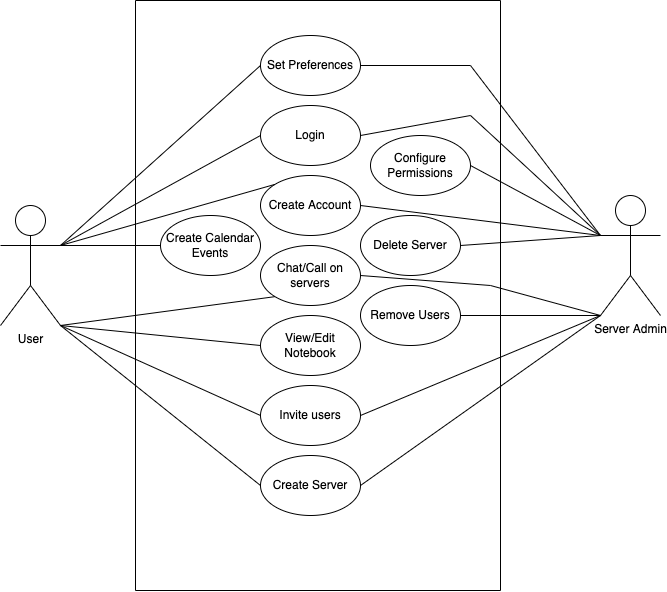
benlloyd50/Vox_Design_Documents keeps this draw.io diagram as Images/UseCaseDiagram.png. Above is the earlier version. Source tidied: cells renumbered, new cells last; positions are measured from the earlier drawing's top-left corner, leaving out a move shared by most shapes.
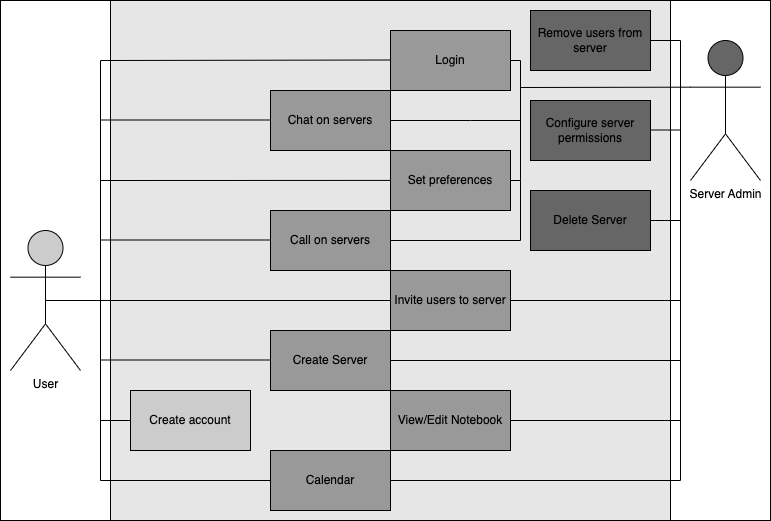
After the commit.

Commit message:
Added new use case diagram and deleted old ones

Diff of the diagram source:
```diff
@@ -2,130 +2,206 @@
   <root>
     <mxCell id="0" />
     <mxCell id="1" parent="0" />
-    <mxCell id="2" style="rounded=0;whiteSpace=wrap;html=1;rotation=90;" parent="1" vertex="1">
-      <mxGeometry x="22.5" y="77.5" width="590" height="365" as="geometry" />
-    </mxCell>
+    <mxCell id="33" style="rounded=0;whiteSpace=wrap;html=1;fillColor=#FFFFFF;" parent="1" vertex="1">
+      <mxGeometry x="-90" y="70" width="770" height="520" as="geometry" />
+    </mxCell>
-    <mxCell id="3" value="User" style="shape=umlActor;verticalLabelPosition=bottom;verticalAlign=top;html=1;outlineConnect=0;" parent="1" vertex="1">
-      <mxGeometry y="170" width="60" height="120" as="geometry" />
+    <mxCell id="3" value="User" style="shape=umlActor;verticalLabelPosition=bottom;verticalAlign=top;html=1;outlineConnect=0;fillColor=#CCCCCC;" parent="1" vertex="1">
+      <mxGeometry x="-80" y="300" width="70" height="140" as="geometry" />
     </mxCell>
-    <mxCell id="4" value="Server Admin" style="shape=umlActor;verticalLabelPosition=bottom;verticalAlign=top;html=1;outlineConnect=0;" parent="1" vertex="1">
-      <mxGeometry x="600" y="160" width="60" height="120" as="geometry" />
+    <mxCell id="4" value="Server Admin" style="shape=umlActor;verticalLabelPosition=bottom;verticalAlign=top;html=1;outlineConnect=0;fillColor=#666666;" parent="1" vertex="1">
+      <mxGeometry x="600" y="110" width="70" height="140" as="geometry" />
     </mxCell>
-    <mxCell id="5" value="Create Account" style="ellipse;whiteSpace=wrap;html=1;" parent="1" vertex="1">
-      <mxGeometry x="260" y="140" width="100" height="60" as="geometry" />
-    </mxCell>
+    <mxCell id="34" style="rounded=0;whiteSpace=wrap;html=1;fillColor=#E6E6E6;" parent="1" vertex="1">
+      <mxGeometry x="20" y="70" width="560" height="520" as="geometry" />
+    </mxCell>
+    <mxCell id="35" value="Calendar" style="rounded=0;whiteSpace=wrap;html=1;fillColor=#999999;" parent="1" vertex="1">
+      <mxGeometry x="180" y="520" width="120" height="60" as="geometry" />
+    </mxCell>
-    <mxCell id="6" value="Login" style="ellipse;whiteSpace=wrap;html=1;" parent="1" vertex="1">
-      <mxGeometry x="260" y="70" width="100" height="60" as="geometry" />
+    <mxCell id="6" value="Login" style="rounded=0;whiteSpace=wrap;html=1;fillColor=#999999;" parent="1" vertex="1">
+      <mxGeometry x="300" y="100" width="120" height="60" as="geometry" />
     </mxCell>
-    <mxCell id="7" value="Chat/Call on servers&lt;span style=&quot;color: rgba(0, 0, 0, 0); font-family: monospace; font-size: 0px; text-align: start;&quot;&gt;%3CmxGraphModel%3E%3Croot%3E%3CmxCell%20id%3D%220%22%2F%3E%3CmxCell%20id%3D%221%22%20parent%3D%220%22%2F%3E%3CmxCell%20id%3D%222%22%20value%3D%22Create%20Account%22%20style%3D%22ellipse%3BwhiteSpace%3Dwrap%3Bhtml%3D1%3B%22%20vertex%3D%221%22%20parent%3D%221%22%3E%3CmxGeometry%20x%3D%22400%22%20y%3D%22360%22%20width%3D%22100%22%20height%3D%2260%22%20as%3D%22geometry%22%2F%3E%3C%2FmxCell%3E%3C%2Froot%3E%3C%2FmxGraphModel%3E&lt;/span&gt;" style="ellipse;whiteSpace=wrap;html=1;" parent="1" vertex="1">
-      <mxGeometry x="260" y="210" width="100" height="60" as="geometry" />
-    </mxCell>
-    <mxCell id="8" value="Create Calendar Events" style="ellipse;whiteSpace=wrap;html=1;" parent="1" vertex="1">
-      <mxGeometry x="160" y="180" width="100" height="60" as="geometry" />
-    </mxCell>
+    <mxCell id="36" value="Chat on servers" style="rounded=0;whiteSpace=wrap;html=1;fillColor=#999999;" parent="1" vertex="1">
+      <mxGeometry x="180" y="160" width="120" height="60" as="geometry" />
+    </mxCell>
+    <mxCell id="37" value="Call on servers" style="rounded=0;whiteSpace=wrap;html=1;fillColor=#999999;" parent="1" vertex="1">
+      <mxGeometry x="180" y="280" width="120" height="60" as="geometry" />
+    </mxCell>
+    <mxCell id="38" value="Create account" style="rounded=0;whiteSpace=wrap;html=1;fillColor=#CCCCCC;" parent="1" vertex="1">
+      <mxGeometry x="40" y="460" width="120" height="60" as="geometry" />
+    </mxCell>
+    <mxCell id="39" value="Set preferences" style="rounded=0;whiteSpace=wrap;html=1;fillColor=#999999;" parent="1" vertex="1">
+      <mxGeometry x="300" y="220" width="120" height="60" as="geometry" />
+    </mxCell>
+    <mxCell id="40" value="Configure server permissions" style="rounded=0;whiteSpace=wrap;html=1;fillColor=#666666;" parent="1" vertex="1">
+      <mxGeometry x="440" y="170" width="120" height="60" as="geometry" />
+    </mxCell>
+    <mxCell id="41" value="Remove users from server&lt;span style=&quot;color: rgba(0, 0, 0, 0); font-family: monospace; font-size: 0px; text-align: start;&quot;&gt;%3CmxGraphModel%3E%3Croot%3E%3CmxCell%20id%3D%220%22%2F%3E%3CmxCell%20id%3D%221%22%20parent%3D%220%22%2F%3E%3CmxCell%20id%3D%222%22%20value%3D%22Chat%20on%20servers%22%20style%3D%22rounded%3D0%3BwhiteSpace%3Dwrap%3Bhtml%3D1%3B%22%20vertex%3D%221%22%20parent%3D%221%22%3E%3CmxGeometry%20x%3D%22370%22%20y%3D%22340%22%20width%3D%22120%22%20height%3D%2260%22%20as%3D%22geometry%22%2F%3E%3C%2FmxCell%3E%3C%2Froot%3E%3C%2FmxGraphModel%3E&lt;/span&gt;" style="rounded=0;whiteSpace=wrap;html=1;fillColor=#666666;" parent="1" vertex="1">
+      <mxGeometry x="440" y="80" width="120" height="60" as="geometry" />
+    </mxCell>
+    <mxCell id="11" value="Delete Server" style="rounded=0;whiteSpace=wrap;html=1;fillColor=#666666;" parent="1" vertex="1">
+      <mxGeometry x="440" y="260" width="120" height="60" as="geometry" />
+    </mxCell>
+    <mxCell id="42" value="Invite users to server" style="rounded=0;whiteSpace=wrap;html=1;fillColor=#999999;" parent="1" vertex="1">
+      <mxGeometry x="300" y="340" width="120" height="60" as="geometry" />
+    </mxCell>
-    <mxCell id="9" value="View/Edit Notebook" style="ellipse;whiteSpace=wrap;html=1;" parent="1" vertex="1">
-      <mxGeometry x="260" y="280" width="100" height="60" as="geometry" />
+    <mxCell id="9" value="View/Edit Notebook" style="rounded=0;whiteSpace=wrap;html=1;fillColor=#999999;" parent="1" vertex="1">
+      <mxGeometry x="300" y="460" width="120" height="60" as="geometry" />
     </mxCell>
+    <mxCell id="43" style="endArrow=none;html=1;rounded=0;entryX=0.5;entryY=0.5;entryDx=0;entryDy=0;entryPerimeter=0;" parent="1" edge="1" target="3">
+      <mxGeometry relative="1" as="geometry">
+        <mxPoint x="10" y="370" as="sourcePoint" />
+      </mxGeometry>
+    </mxCell>
+    <mxCell id="44" style="endArrow=none;html=1;rounded=0;" parent="1" edge="1">
+      <mxGeometry relative="1" as="geometry">
+        <mxPoint x="10" y="309.5" as="sourcePoint" />
+        <mxPoint x="180" y="309.5" as="targetPoint" />
+      </mxGeometry>
+    </mxCell>
+    <mxCell id="45" style="endArrow=none;html=1;rounded=0;" parent="1" edge="1">
+      <mxGeometry relative="1" as="geometry">
+        <mxPoint x="10" y="189.5" as="sourcePoint" />
+        <mxPoint x="180" y="189.5" as="targetPoint" />
+      </mxGeometry>
+    </mxCell>
+    <mxCell id="46" style="endArrow=none;html=1;rounded=0;" parent="1" edge="1">
+      <mxGeometry relative="1" as="geometry">
+        <mxPoint x="10" y="429.5" as="sourcePoint" />
+        <mxPoint x="180" y="429.5" as="targetPoint" />
+      </mxGeometry>
+    </mxCell>
+    <mxCell id="47" style="endArrow=none;html=1;rounded=0;" parent="1" edge="1" target="42">
+      <mxGeometry relative="1" as="geometry">
+        <mxPoint y="370" as="sourcePoint" />
+      </mxGeometry>
+    </mxCell>
+    <mxCell id="48" style="endArrow=none;html=1;rounded=0;" parent="1" edge="1">
+      <mxGeometry relative="1" as="geometry">
+        <mxPoint x="10" y="250" as="sourcePoint" />
+        <mxPoint x="300" y="249.9" as="targetPoint" />
+      </mxGeometry>
+    </mxCell>
+    <mxCell id="49" style="endArrow=none;html=1;rounded=0;" parent="1" edge="1">
+      <mxGeometry relative="1" as="geometry">
+        <mxPoint x="10" y="550" as="sourcePoint" />
+        <mxPoint x="10" y="130" as="targetPoint" />
+      </mxGeometry>
+    </mxCell>
+    <mxCell id="50" style="endArrow=none;html=1;rounded=0;" parent="1" edge="1">
+      <mxGeometry relative="1" as="geometry">
+        <mxPoint x="10" y="130" as="sourcePoint" />
+        <mxPoint x="300" y="129.5" as="targetPoint" />
+      </mxGeometry>
+    </mxCell>
+    <mxCell id="51" style="endArrow=none;html=1;rounded=0;" parent="1" edge="1">
+      <mxGeometry relative="1" as="geometry">
+        <mxPoint x="10" y="490" as="sourcePoint" />
+        <mxPoint x="40" y="490" as="targetPoint" />
+      </mxGeometry>
+    </mxCell>
+    <mxCell id="52" style="endArrow=none;html=1;rounded=0;entryX=0;entryY=0.5;entryDx=0;entryDy=0;" parent="1" edge="1" target="35">
+      <mxGeometry relative="1" as="geometry">
+        <mxPoint x="10" y="550" as="sourcePoint" />
+      </mxGeometry>
+    </mxCell>
-    <mxCell id="10" value="Create Server" style="ellipse;whiteSpace=wrap;html=1;" parent="1" vertex="1">
-      <mxGeometry x="260" y="420" width="100" height="60" as="geometry" />
+    <mxCell id="10" value="Create Server" style="rounded=0;whiteSpace=wrap;html=1;fillColor=#999999;" parent="1" vertex="1">
+      <mxGeometry x="180" y="400" width="120" height="60" as="geometry" />
     </mxCell>
-    <mxCell id="11" value="Delete Server" style="ellipse;whiteSpace=wrap;html=1;" parent="1" vertex="1">
-      <mxGeometry x="360" y="180" width="100" height="60" as="geometry" />
-    </mxCell>
-    <mxCell id="12" value="Remove Users" style="ellipse;whiteSpace=wrap;html=1;" parent="1" vertex="1">
-      <mxGeometry x="360" y="250" width="100" height="60" as="geometry" />
-    </mxCell>
-    <mxCell id="13" value="Configure Permissions" style="ellipse;whiteSpace=wrap;html=1;" parent="1" vertex="1">
-      <mxGeometry x="370" y="100" width="100" height="60" as="geometry" />
-    </mxCell>
-    <mxCell id="14" value="Set Preferences" style="ellipse;whiteSpace=wrap;html=1;" parent="1" vertex="1">
-      <mxGeometry x="260" width="100" height="60" as="geometry" />
-    </mxCell>
-    <mxCell id="15" value="Invite users" style="ellipse;whiteSpace=wrap;html=1;" parent="1" vertex="1">
-      <mxGeometry x="260" y="350" width="100" height="60" as="geometry" />
-    </mxCell>
-    <mxCell id="16" style="endArrow=none;html=1;rounded=0;entryX=0;entryY=0.5;entryDx=0;entryDy=0;" parent="1" edge="1" target="14">
-      <mxGeometry relative="1" as="geometry">
-        <mxPoint x="60" y="210" as="sourcePoint" />
-      </mxGeometry>
-    </mxCell>
-    <mxCell id="17" style="endArrow=none;html=1;rounded=0;entryX=0;entryY=0.5;entryDx=0;entryDy=0;exitX=1;exitY=0.3333333333333333;exitDx=0;exitDy=0;exitPerimeter=0;" parent="1" edge="1" source="3" target="6">
-      <mxGeometry relative="1" as="geometry" />
-    </mxCell>
-    <mxCell id="18" style="endArrow=none;html=1;rounded=0;entryX=0;entryY=0;entryDx=0;entryDy=0;exitX=1;exitY=0.3333333333333333;exitDx=0;exitDy=0;exitPerimeter=0;" parent="1" edge="1" source="3" target="5">
-      <mxGeometry relative="1" as="geometry" />
-    </mxCell>
-    <mxCell id="19" style="endArrow=none;html=1;rounded=0;entryX=0;entryY=0.5;entryDx=0;entryDy=0;" parent="1" edge="1" target="8">
-      <mxGeometry relative="1" as="geometry">
-        <mxPoint x="60" y="210" as="sourcePoint" />
-      </mxGeometry>
-    </mxCell>
-    <mxCell id="20" style="endArrow=none;html=1;rounded=0;entryX=0;entryY=1;entryDx=0;entryDy=0;" parent="1" edge="1" target="7">
-      <mxGeometry relative="1" as="geometry">
-        <mxPoint x="60" y="290" as="sourcePoint" />
-      </mxGeometry>
-    </mxCell>
-    <mxCell id="21" style="endArrow=none;html=1;rounded=0;entryX=0;entryY=0.5;entryDx=0;entryDy=0;" parent="1" edge="1" target="9">
-      <mxGeometry relative="1" as="geometry">
-        <mxPoint x="60" y="290" as="sourcePoint" />
-      </mxGeometry>
-    </mxCell>
-    <mxCell id="22" style="endArrow=none;html=1;rounded=0;entryX=0;entryY=0.5;entryDx=0;entryDy=0;exitX=1;exitY=1;exitDx=0;exitDy=0;exitPerimeter=0;" parent="1" edge="1" source="3" target="15">
-      <mxGeometry relative="1" as="geometry" />
-    </mxCell>
-    <mxCell id="23" style="endArrow=none;html=1;rounded=0;exitX=1;exitY=1;exitDx=0;exitDy=0;exitPerimeter=0;entryX=0;entryY=0.5;entryDx=0;entryDy=0;" parent="1" edge="1" source="3" target="10">
-      <mxGeometry relative="1" as="geometry" />
-    </mxCell>
-    <mxCell id="24" style="endArrow=none;html=1;rounded=0;entryX=1;entryY=0.5;entryDx=0;entryDy=0;" parent="1" edge="1" target="14">
-      <mxGeometry relative="1" as="geometry">
-        <mxPoint x="600" y="200" as="sourcePoint" />
-        <Array as="points">
-          <mxPoint x="470" y="30" />
-        </Array>
-      </mxGeometry>
-    </mxCell>
-    <mxCell id="25" style="endArrow=none;html=1;rounded=0;entryX=1;entryY=0.5;entryDx=0;entryDy=0;exitX=0;exitY=1;exitDx=0;exitDy=0;exitPerimeter=0;" parent="1" edge="1" source="4" target="10">
-      <mxGeometry relative="1" as="geometry" />
-    </mxCell>
-    <mxCell id="26" style="endArrow=none;html=1;rounded=0;exitX=1;exitY=0.5;exitDx=0;exitDy=0;entryX=0;entryY=1;entryDx=0;entryDy=0;entryPerimeter=0;" parent="1" edge="1" source="15" target="4">
-      <mxGeometry relative="1" as="geometry" />
-    </mxCell>
-    <mxCell id="27" style="endArrow=none;html=1;rounded=0;" parent="1" edge="1">
-      <mxGeometry relative="1" as="geometry">
-        <mxPoint x="360" y="100" as="sourcePoint" />
-        <mxPoint x="600" y="200" as="targetPoint" />
-        <Array as="points">
-          <mxPoint x="470" y="80" />
-        </Array>
-      </mxGeometry>
-    </mxCell>
-    <mxCell id="28" style="endArrow=none;html=1;rounded=0;entryX=1;entryY=0.5;entryDx=0;entryDy=0;" parent="1" edge="1" target="12">
-      <mxGeometry relative="1" as="geometry">
-        <mxPoint x="600" y="280" as="sourcePoint" />
-      </mxGeometry>
-    </mxCell>
-    <mxCell id="29" style="endArrow=none;html=1;rounded=0;entryX=0;entryY=0.3333333333333333;entryDx=0;entryDy=0;entryPerimeter=0;" parent="1" edge="1" target="4">
-      <mxGeometry relative="1" as="geometry">
-        <mxPoint x="460" y="210" as="sourcePoint" />
-      </mxGeometry>
-    </mxCell>
-    <mxCell id="30" style="endArrow=none;html=1;rounded=0;exitX=1;exitY=0.5;exitDx=0;exitDy=0;" parent="1" edge="1" source="5">
-      <mxGeometry relative="1" as="geometry">
-        <mxPoint x="600" y="200" as="targetPoint" />
-        <Array as="points">
-          <mxPoint x="600" y="200" />
-        </Array>
-      </mxGeometry>
-    </mxCell>
-    <mxCell id="31" style="endArrow=none;html=1;rounded=0;entryX=1;entryY=0.5;entryDx=0;entryDy=0;exitX=0;exitY=0.3333333333333333;exitDx=0;exitDy=0;exitPerimeter=0;" parent="1" edge="1" source="4" target="13">
-      <mxGeometry relative="1" as="geometry" />
-    </mxCell>
-    <mxCell id="32" style="endArrow=none;html=1;rounded=0;entryX=1;entryY=0.5;entryDx=0;entryDy=0;exitX=0;exitY=1;exitDx=0;exitDy=0;exitPerimeter=0;" parent="1" edge="1" source="4" target="7">
-      <mxGeometry relative="1" as="geometry">
-        <Array as="points">
-          <mxPoint x="490" y="250" />
-        </Array>
-      </mxGeometry>
-    </mxCell>
+    <mxCell id="53" style="endArrow=none;html=1;rounded=0;entryX=1;entryY=0.5;entryDx=0;entryDy=0;" parent="1" edge="1" target="36">
+      <mxGeometry relative="1" as="geometry">
+        <mxPoint x="430" y="250" as="sourcePoint" />
+        <Array as="points">
+          <mxPoint x="430" y="190" />
+          <mxPoint x="380" y="190" />
+        </Array>
+      </mxGeometry>
+    </mxCell>
+    <mxCell id="54" style="endArrow=none;html=1;rounded=0;" parent="1" edge="1">
+      <mxGeometry relative="1" as="geometry">
+        <mxPoint x="590" y="110" as="sourcePoint" />
+        <mxPoint x="590" y="550" as="targetPoint" />
+      </mxGeometry>
+    </mxCell>
+    <mxCell id="55" style="endArrow=none;html=1;rounded=0;" parent="1" edge="1">
+      <mxGeometry relative="1" as="geometry">
+        <mxPoint x="430" y="250" as="sourcePoint" />
+        <mxPoint x="430" y="250" as="targetPoint" />
+      </mxGeometry>
+    </mxCell>
+    <mxCell id="56" style="endArrow=none;html=1;rounded=0;entryX=1;entryY=0.5;entryDx=0;entryDy=0;" parent="1" edge="1" target="42">
+      <mxGeometry relative="1" as="geometry">
+        <mxPoint x="590" y="370" as="sourcePoint" />
+      </mxGeometry>
+    </mxCell>
+    <mxCell id="57" style="endArrow=none;html=1;rounded=0;entryX=1;entryY=0.5;entryDx=0;entryDy=0;" parent="1" edge="1" target="10">
+      <mxGeometry relative="1" as="geometry">
+        <mxPoint x="590" y="430" as="sourcePoint" />
+      </mxGeometry>
+    </mxCell>
+    <mxCell id="58" style="endArrow=none;html=1;rounded=0;entryX=1;entryY=0.5;entryDx=0;entryDy=0;" parent="1" edge="1" target="11">
+      <mxGeometry relative="1" as="geometry">
+        <mxPoint x="590" y="290" as="sourcePoint" />
+      </mxGeometry>
+    </mxCell>
+    <mxCell id="59" style="endArrow=none;html=1;rounded=0;entryX=1;entryY=0.5;entryDx=0;entryDy=0;" parent="1" edge="1" target="37">
+      <mxGeometry relative="1" as="geometry">
+        <mxPoint x="430" y="250" as="sourcePoint" />
+        <Array as="points">
+          <mxPoint x="430" y="310" />
+        </Array>
+      </mxGeometry>
+    </mxCell>
+    <mxCell id="60" style="endArrow=none;html=1;rounded=0;entryX=1;entryY=0.5;entryDx=0;entryDy=0;" parent="1" edge="1" target="9">
+      <mxGeometry relative="1" as="geometry">
+        <mxPoint x="590" y="490" as="sourcePoint" />
+      </mxGeometry>
+    </mxCell>
+    <mxCell id="61" style="endArrow=none;html=1;rounded=0;entryX=1;entryY=0.5;entryDx=0;entryDy=0;" parent="1" edge="1">
+      <mxGeometry relative="1" as="geometry">
+        <mxPoint x="590" y="199.5" as="sourcePoint" />
+        <mxPoint x="560" y="199.5" as="targetPoint" />
+        <Array as="points">
+          <mxPoint x="580" y="199.5" />
+        </Array>
+      </mxGeometry>
+    </mxCell>
+    <mxCell id="62" style="endArrow=none;html=1;rounded=0;entryX=1;entryY=0.5;entryDx=0;entryDy=0;" parent="1" edge="1">
+      <mxGeometry relative="1" as="geometry">
+        <mxPoint x="590" y="110" as="sourcePoint" />
+        <mxPoint x="560" y="110" as="targetPoint" />
+        <Array as="points">
+          <mxPoint x="580" y="110" />
+        </Array>
+      </mxGeometry>
+    </mxCell>
+    <mxCell id="63" style="endArrow=none;html=1;rounded=0;exitX=1;exitY=0.5;exitDx=0;exitDy=0;" parent="1" edge="1" source="35">
+      <mxGeometry relative="1" as="geometry">
+        <mxPoint x="590" y="550" as="targetPoint" />
+      </mxGeometry>
+    </mxCell>
+    <mxCell id="64" style="endArrow=none;html=1;rounded=0;exitX=0;exitY=0.3333333333333333;exitDx=0;exitDy=0;exitPerimeter=0;" parent="1" edge="1" source="4">
+      <mxGeometry relative="1" as="geometry">
+        <mxPoint x="430" y="220" as="targetPoint" />
+        <Array as="points">
+          <mxPoint x="430" y="157" />
+        </Array>
+      </mxGeometry>
+    </mxCell>
+    <mxCell id="65" style="endArrow=none;html=1;rounded=0;entryX=1;entryY=0.5;entryDx=0;entryDy=0;" parent="1" edge="1" target="6">
+      <mxGeometry relative="1" as="geometry">
+        <mxPoint x="430" y="130" as="sourcePoint" />
+      </mxGeometry>
+    </mxCell>
+    <mxCell id="66" style="endArrow=none;html=1;rounded=0;" parent="1" edge="1">
+      <mxGeometry relative="1" as="geometry">
+        <mxPoint x="430" y="170" as="sourcePoint" />
+        <mxPoint x="430" y="130" as="targetPoint" />
+      </mxGeometry>
+    </mxCell>
+    <mxCell id="67" style="endArrow=none;html=1;rounded=0;exitX=1;exitY=0.5;exitDx=0;exitDy=0;" parent="1" edge="1" source="39">
+      <mxGeometry relative="1" as="geometry">
+        <mxPoint x="430" y="250" as="targetPoint" />
+      </mxGeometry>
+    </mxCell>
   </root>
 </mxGraphModel>
```
